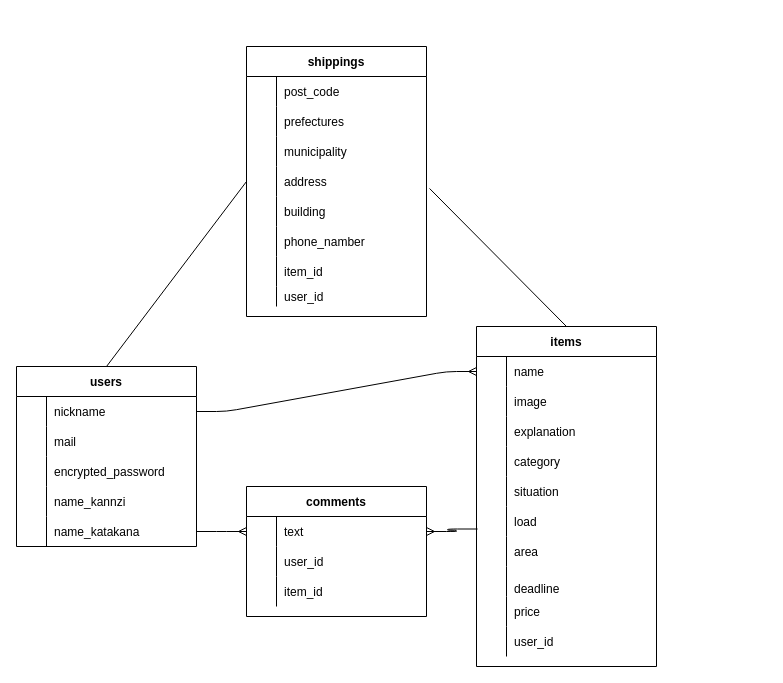
sidu1994/furima-37917 keeps this draw.io diagram as furima.dio. Above is the earlier version. Source tidied: cells renumbered, new cells numbered last; positions are measured from the earlier drawing's top-left corner, leaving out a move shared by most shapes. Both pictures are drawn from the tidied source at 100%, with x=0, y=0 at pixel (16, 46).
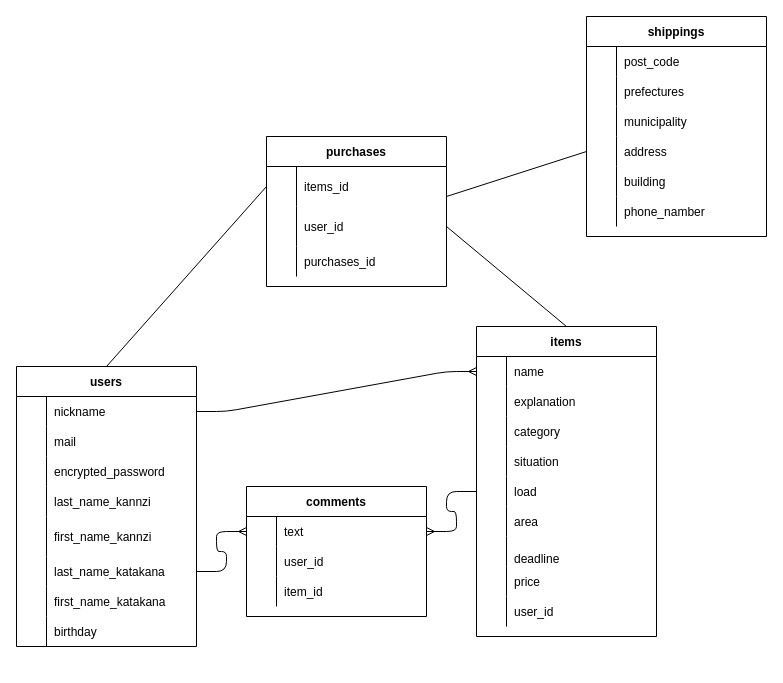
Above is the later version.

The change refers to these unchanged cells:
```xml
<mxCell id="12" style="shape=partialRectangle;fillColor=none;top=0;left=0;bottom=0;right=0;verticalAlign=middle;" parent="2" vertex="1">
  <mxGeometry y="120" width="180" height="30" as="geometry" />
</mxCell>
<mxCell id="50" style="shape=partialRectangle;fillColor=none;top=0;left=0;bottom=0;right=0;points=[[0,0.5],[1,0.5]];portConstraint=eastwest;" parent="49" vertex="1">
  <mxGeometry y="30" width="180" height="30" as="geometry" />
</mxCell>
<mxCell id="69" style="shape=partialRectangle;fillColor=none;top=0;left=0;bottom=0;right=0;points=[[0,0.5],[1,0.5]];portConstraint=eastwest;" parent="59" vertex="1">
  <mxGeometry y="120" width="180" height="30" as="geometry" />
</mxCell>
```

Diff of the diagram source:
```diff
@@
     <mxCell id="2" value="users" style="shape=table;startSize=30;childLayout=tableLayout;rowLines=0;fontStyle=1;align=center;" parent="1" vertex="1">
-      <mxGeometry y="320" width="180" height="180" as="geometry" />
+      <mxGeometry y="320" width="180" height="280" as="geometry" />
     </mxCell>
@@
-    <mxCell id="14" value="name_kannzi" style="shape=partialRectangle;fillColor=none;top=0;left=0;bottom=0;right=0;align=left;spacingLeft=6;overflow=hidden;verticalAlign=middle;" parent="12" vertex="1">
+    <mxCell id="14" value="last_name_kannzi" style="shape=partialRectangle;fillColor=none;top=0;left=0;bottom=0;right=0;align=left;spacingLeft=6;overflow=hidden;verticalAlign=middle;" parent="12" vertex="1">
       <mxGeometry x="30" width="150" height="30" as="geometry" />
     </mxCell>
+    <mxCell id="89" style="shape=partialRectangle;fillColor=none;top=0;left=0;bottom=0;right=0;" parent="2" vertex="1">
+      <mxGeometry y="150" width="180" height="40" as="geometry" />
+    </mxCell>
+    <mxCell id="90" style="shape=partialRectangle;fillColor=none;top=0;left=0;bottom=0;right=0;overflow=hidden;" parent="89" vertex="1">
+      <mxGeometry width="30" height="40" as="geometry" />
+    </mxCell>
+    <mxCell id="91" value="first_name_kannzi" style="shape=partialRectangle;fillColor=none;top=0;left=0;bottom=0;right=0;align=left;spacingLeft=6;overflow=hidden;" parent="89" vertex="1">
+      <mxGeometry x="30" width="150" height="40" as="geometry" />
+    </mxCell>
     <mxCell id="15" style="shape=partialRectangle;fillColor=none;top=0;left=0;bottom=0;right=0;points=[[0,0.5],[1,0.5]];portConstraint=eastwest;" parent="2" vertex="1">
-      <mxGeometry y="150" width="180" height="30" as="geometry" />
+      <mxGeometry y="190" width="180" height="30" as="geometry" />
     </mxCell>
@@
-    <mxCell id="17" value="name_katakana" style="shape=partialRectangle;fillColor=none;top=0;left=0;bottom=0;right=0;align=left;spacingLeft=6;overflow=hidden;" parent="15" vertex="1">
+    <mxCell id="17" value="last_name_katakana" style="shape=partialRectangle;fillColor=none;top=0;left=0;bottom=0;right=0;align=left;spacingLeft=6;overflow=hidden;" parent="15" vertex="1">
       <mxGeometry x="30" width="150" height="30" as="geometry" />
     </mxCell>
+    <mxCell id="92" style="shape=partialRectangle;fillColor=none;top=0;left=0;bottom=0;right=0;" parent="2" vertex="1">
+      <mxGeometry y="220" width="180" height="30" as="geometry" />
+    </mxCell>
+    <mxCell id="93" style="shape=partialRectangle;fillColor=none;top=0;left=0;bottom=0;right=0;overflow=hidden;" parent="92" vertex="1">
+      <mxGeometry width="30" height="30" as="geometry" />
+    </mxCell>
+    <mxCell id="94" value="first_name_katakana" style="shape=partialRectangle;fillColor=none;top=0;left=0;bottom=0;right=0;align=left;spacingLeft=6;overflow=hidden;" parent="92" vertex="1">
+      <mxGeometry x="30" width="150" height="30" as="geometry" />
+    </mxCell>
+    <mxCell id="95" style="shape=partialRectangle;fillColor=none;top=0;left=0;bottom=0;right=0;" parent="2" vertex="1">
+      <mxGeometry y="250" width="180" height="30" as="geometry" />
+    </mxCell>
+    <mxCell id="96" style="shape=partialRectangle;fillColor=none;top=0;left=0;bottom=0;right=0;overflow=hidden;" parent="95" vertex="1">
+      <mxGeometry width="30" height="30" as="geometry" />
+    </mxCell>
+    <mxCell id="97" value="birthday" style="shape=partialRectangle;fillColor=none;top=0;left=0;bottom=0;right=0;align=left;spacingLeft=6;overflow=hidden;" parent="95" vertex="1">
+      <mxGeometry x="30" width="150" height="30" as="geometry" />
+    </mxCell>
     <mxCell id="18" value="items" style="shape=table;startSize=30;childLayout=tableLayout;rowLines=0;fontStyle=1;align=center;" parent="1" vertex="1">
-      <mxGeometry x="460" y="280" width="180" height="340" as="geometry" />
+      <mxGeometry x="460" y="280" width="180" height="310" as="geometry" />
     </mxCell>
@@
-    <mxCell id="22" style="shape=partialRectangle;fillColor=none;top=0;left=0;bottom=0;right=0;" parent="18" vertex="1">
-      <mxGeometry y="60" width="180" height="30" as="geometry" />
-    </mxCell>
-    <mxCell id="23" style="shape=partialRectangle;fillColor=none;top=0;left=0;bottom=0;right=0;overflow=hidden;" parent="22" vertex="1">
-      <mxGeometry width="30" height="30" as="geometry" />
-    </mxCell>
-    <mxCell id="24" value="image" style="shape=partialRectangle;fillColor=none;top=0;left=0;bottom=0;right=0;align=left;spacingLeft=6;overflow=hidden;" parent="22" vertex="1">
-      <mxGeometry x="30" width="150" height="30" as="geometry" />
-    </mxCell>
     <mxCell id="25" style="shape=partialRectangle;fillColor=none;top=0;left=0;bottom=0;right=0;" parent="18" vertex="1">
-      <mxGeometry y="90" width="180" height="30" as="geometry" />
+      <mxGeometry y="60" width="180" height="30" as="geometry" />
     </mxCell>
@@
     <mxCell id="28" style="shape=partialRectangle;fillColor=none;top=0;left=0;bottom=0;right=0;" parent="18" vertex="1">
-      <mxGeometry y="120" width="180" height="30" as="geometry" />
+      <mxGeometry y="90" width="180" height="30" as="geometry" />
     </mxCell>
@@
     <mxCell id="31" style="shape=partialRectangle;fillColor=none;top=0;left=0;bottom=0;right=0;" parent="18" vertex="1">
-      <mxGeometry y="150" width="180" height="30" as="geometry" />
+      <mxGeometry y="120" width="180" height="30" as="geometry" />
     </mxCell>
@@
     <mxCell id="34" style="shape=partialRectangle;fillColor=none;top=0;left=0;bottom=0;right=0;points=[[0,0.5],[1,0.5]];portConstraint=eastwest;" parent="18" vertex="1">
-      <mxGeometry y="180" width="180" height="30" as="geometry" />
+      <mxGeometry y="150" width="180" height="30" as="geometry" />
     </mxCell>
@@
     <mxCell id="37" style="shape=partialRectangle;fillColor=none;top=0;left=0;bottom=0;right=0;" parent="18" vertex="1">
-      <mxGeometry y="210" width="180" height="30" as="geometry" />
+      <mxGeometry y="180" width="180" height="30" as="geometry" />
     </mxCell>
@@
     <mxCell id="40" style="shape=partialRectangle;fillColor=none;top=0;left=0;bottom=0;right=0;" parent="18" vertex="1">
-      <mxGeometry y="240" width="180" height="30" as="geometry" />
+      <mxGeometry y="210" width="180" height="30" as="geometry" />
     </mxCell>
@@
     <mxCell id="43" style="shape=partialRectangle;fillColor=none;top=0;left=0;bottom=0;right=0;" parent="18" vertex="1">
-      <mxGeometry y="270" width="180" height="30" as="geometry" />
+      <mxGeometry y="240" width="180" height="30" as="geometry" />
     </mxCell>
@@
     <mxCell id="46" style="shape=partialRectangle;fillColor=none;top=0;left=0;bottom=0;right=0;" parent="18" vertex="1">
-      <mxGeometry y="300" width="180" height="30" as="geometry" />
+      <mxGeometry y="270" width="180" height="30" as="geometry" />
     </mxCell>
@@
     <mxCell id="59" value="shippings" style="shape=table;startSize=30;childLayout=tableLayout;rowLines=0;fontStyle=1;align=center;" parent="1" vertex="1">
-      <mxGeometry x="230" width="180" height="270" as="geometry" />
+      <mxGeometry x="570" y="-30" width="180" height="220" as="geometry" />
     </mxCell>
@@
-    <mxCell id="78" style="shape=partialRectangle;fillColor=none;top=0;left=0;bottom=0;right=0;" parent="59" vertex="1">
-      <mxGeometry y="210" width="180" height="30" as="geometry" />
-    </mxCell>
-    <mxCell id="79" style="shape=partialRectangle;fillColor=none;top=0;left=0;bottom=0;right=0;overflow=hidden;" parent="78" vertex="1">
-      <mxGeometry width="30" height="30" as="geometry" />
-    </mxCell>
-    <mxCell id="80" value="item_id" style="shape=partialRectangle;fillColor=none;top=0;left=0;bottom=0;right=0;align=left;spacingLeft=6;overflow=hidden;" parent="78" vertex="1">
-      <mxGeometry x="30" width="150" height="30" as="geometry" />
-    </mxCell>
-    <mxCell id="81" style="shape=partialRectangle;fillColor=none;top=0;left=0;bottom=0;right=0;" parent="59" vertex="1">
-      <mxGeometry y="240" width="180" height="20" as="geometry" />
-    </mxCell>
-    <mxCell id="82" style="shape=partialRectangle;fillColor=none;top=0;left=0;bottom=0;right=0;overflow=hidden;" parent="81" vertex="1">
-      <mxGeometry width="30" height="20" as="geometry" />
-    </mxCell>
-    <mxCell id="83" value="user_id" style="shape=partialRectangle;fillColor=none;top=0;left=0;bottom=0;right=0;align=left;spacingLeft=6;overflow=hidden;" parent="81" vertex="1">
-      <mxGeometry x="30" width="150" height="20" as="geometry" />
-    </mxCell>
@@
-    <mxCell id="85" style="endArrow=none;html=1;rounded=0;entryX=1.017;entryY=0.733;entryDx=0;entryDy=0;exitX=0.5;exitY=0;exitDx=0;exitDy=0;entryPerimeter=0;" parent="1" edge="1" source="18" target="69">
+    <mxCell id="85" style="endArrow=none;html=1;rounded=0;entryX=1;entryY=0.5;entryDx=0;entryDy=0;exitX=0.5;exitY=0;exitDx=0;exitDy=0;" parent="1" edge="1" source="18" target="102">
       <mxGeometry relative="1" as="geometry" />
     </mxCell>
-    <mxCell id="86" style="edgeStyle=entityRelationEdgeStyle;fontSize=12;html=1;endArrow=ERmany;entryX=1;entryY=0.5;entryDx=0;entryDy=0;exitX=0.006;exitY=0.75;exitDx=0;exitDy=0;exitPerimeter=0;" parent="1" edge="1" source="34" target="50">
+    <mxCell id="86" style="edgeStyle=entityRelationEdgeStyle;fontSize=12;html=1;endArrow=ERmany;entryX=1;entryY=0.5;entryDx=0;entryDy=0;exitX=0;exitY=0.5;exitDx=0;exitDy=0;" parent="1" edge="1" source="34" target="50">
       <mxGeometry relative="1" as="geometry" />
     </mxCell>
@@
-    <mxCell id="88" style="endArrow=none;html=1;exitX=0.5;exitY=0;exitDx=0;exitDy=0;entryX=0;entryY=0.5;entryDx=0;entryDy=0;" parent="1" edge="1" source="2" target="69">
+    <mxCell id="88" style="endArrow=none;html=1;exitX=0.5;exitY=0;exitDx=0;exitDy=0;entryX=0;entryY=0.5;entryDx=0;entryDy=0;" parent="1" edge="1" source="2" target="99">
       <mxGeometry relative="1" as="geometry" />
     </mxCell>
+    <mxCell id="98" value="purchases" style="shape=table;startSize=30;childLayout=tableLayout;rowLines=0;fontStyle=1;align=center;" parent="1" vertex="1">
+      <mxGeometry x="250" y="90" width="180" height="150" as="geometry" />
+    </mxCell>
+    <mxCell id="99" style="shape=partialRectangle;fillColor=none;top=0;left=0;bottom=0;right=0;points=[[0,0.5],[1,0.5]];portConstraint=eastwest;" parent="98" vertex="1">
+      <mxGeometry y="30" width="180" height="40" as="geometry" />
+    </mxCell>
+    <mxCell id="100" style="shape=partialRectangle;fillColor=none;top=0;left=0;bottom=0;right=0;overflow=hidden;" parent="99" vertex="1">
+      <mxGeometry width="30" height="40" as="geometry" />
+    </mxCell>
+    <mxCell id="101" value="items_id" style="shape=partialRectangle;fillColor=none;top=0;left=0;bottom=0;right=0;align=left;spacingLeft=6;overflow=hidden;" parent="99" vertex="1">
+      <mxGeometry x="30" width="150" height="40" as="geometry" />
+    </mxCell>
+    <mxCell id="102" style="shape=partialRectangle;fillColor=none;top=0;left=0;bottom=0;right=0;points=[[0,0.5],[1,0.5]];portConstraint=eastwest;" parent="98" vertex="1">
+      <mxGeometry y="70" width="180" height="40" as="geometry" />
+    </mxCell>
+    <mxCell id="103" style="shape=partialRectangle;fillColor=none;top=0;left=0;bottom=0;right=0;overflow=hidden;" parent="102" vertex="1">
+      <mxGeometry width="30" height="40" as="geometry" />
+    </mxCell>
+    <mxCell id="83" value="user_id" style="shape=partialRectangle;fillColor=none;top=0;left=0;bottom=0;right=0;align=left;spacingLeft=6;overflow=hidden;" parent="102" vertex="1">
+      <mxGeometry x="30" width="150" height="40" as="geometry" />
+    </mxCell>
+    <mxCell id="78" style="shape=partialRectangle;fillColor=none;top=0;left=0;bottom=0;right=0;" parent="98" vertex="1">
+      <mxGeometry y="110" width="180" height="30" as="geometry" />
+    </mxCell>
+    <mxCell id="79" style="shape=partialRectangle;fillColor=none;top=0;left=0;bottom=0;right=0;overflow=hidden;" parent="78" vertex="1">
+      <mxGeometry width="30" height="30" as="geometry" />
+    </mxCell>
+    <mxCell id="80" value="purchases_id" style="shape=partialRectangle;fillColor=none;top=0;left=0;bottom=0;right=0;align=left;spacingLeft=6;overflow=hidden;" parent="78" vertex="1">
+      <mxGeometry x="30" width="150" height="30" as="geometry" />
+    </mxCell>
+    <mxCell id="104" style="endArrow=none;html=1;rounded=0;entryX=0;entryY=0.5;entryDx=0;entryDy=0;" parent="1" edge="1" target="69">
+      <mxGeometry relative="1" as="geometry">
+        <mxPoint x="430" y="150" as="sourcePoint" />
+      </mxGeometry>
+    </mxCell>
```
